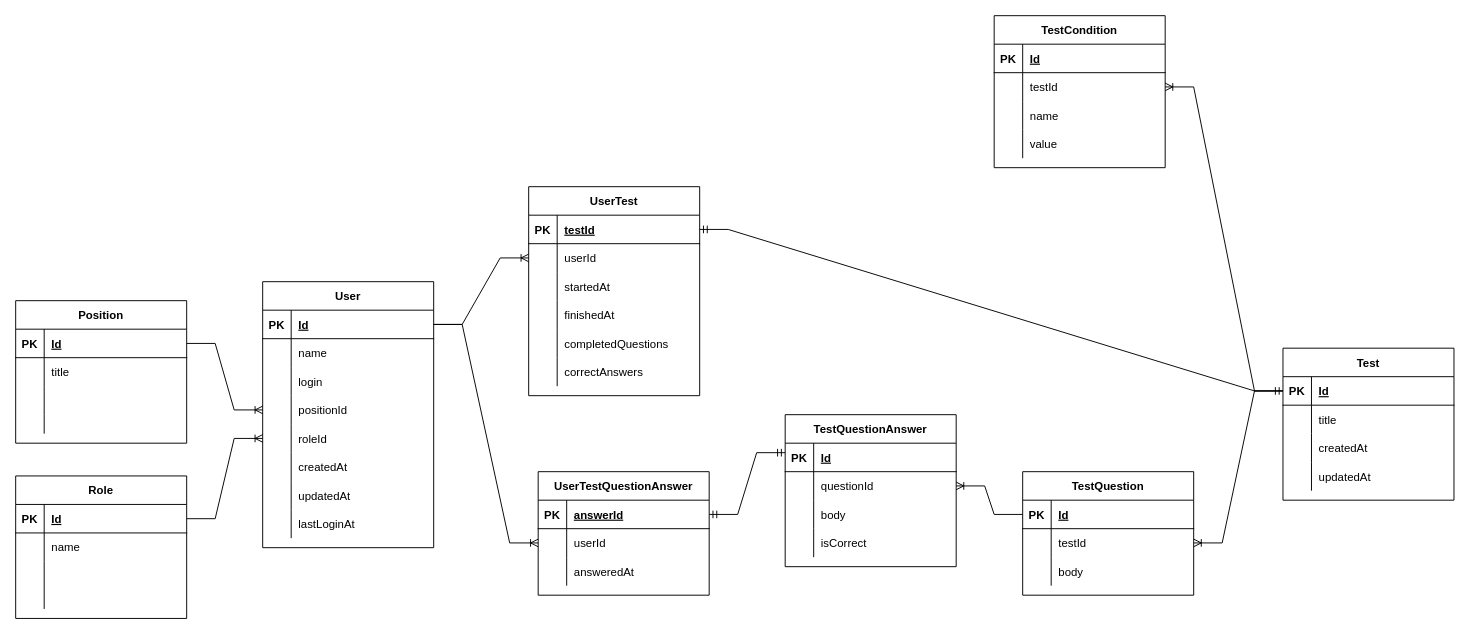
aleksey-pavlov/employee-testing-app keeps this draw.io diagram as docs/database-scheme.drawio. Above is the earlier version. Source tidied: cells renumbered, new cells numbered last; positions are measured from the earlier drawing's top-left corner, leaving out a move shared by most shapes. Both pictures are drawn from the tidied source at 95%, with x=0, y=0 at pixel (15, 15).
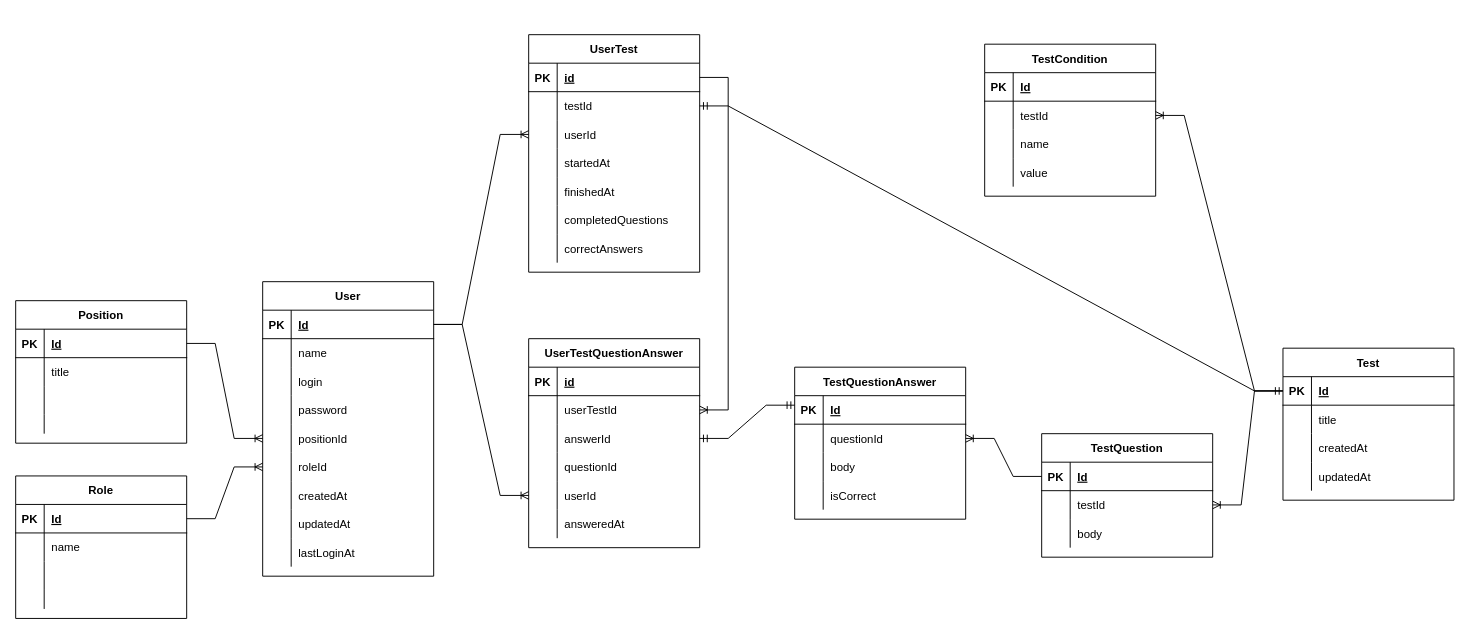
The same diagram, later.

The change refers to these unchanged cells:
```xml
<mxCell id="56" style="shape=tableRow;horizontal=0;startSize=0;swimlaneHead=0;swimlaneBody=0;fillColor=none;points=[[0,0.5],[1,0.5]];portConstraint=eastwest;top=0;left=0;right=0;bottom=1;" parent="55" vertex="1">
  <mxGeometry y="30" width="180" height="30" as="geometry" />
</mxCell>
<mxCell id="108" style="shape=tableRow;horizontal=0;startSize=0;swimlaneHead=0;swimlaneBody=0;fillColor=none;points=[[0,0.5],[1,0.5]];portConstraint=eastwest;top=0;left=0;right=0;bottom=1;" parent="107" vertex="1">
  <mxGeometry y="30" width="180" height="30" as="geometry" />
</mxCell>
<mxCell id="128" style="shape=tableRow;horizontal=0;startSize=0;swimlaneHead=0;swimlaneBody=0;fillColor=none;points=[[0,0.5],[1,0.5]];portConstraint=eastwest;top=0;left=0;right=0;bottom=1;" parent="127" vertex="1">
  <mxGeometry y="30" width="180" height="30" as="geometry" />
</mxCell>
```

The edit, as a diff of the source:
```diff
@@
     <mxCell id="28" value="User" style="shape=table;startSize=30;childLayout=tableLayout;rowLines=0;fontStyle=1;align=center;" parent="1" vertex="1">
-      <mxGeometry x="260" y="280" width="180" height="280" as="geometry" />
+      <mxGeometry x="260" y="280" width="180" height="310" as="geometry" />
     </mxCell>
@@
+    <mxCell id="140" style="shape=tableRow;horizontal=0;startSize=0;swimlaneHead=0;swimlaneBody=0;fillColor=none;top=0;left=0;right=0;bottom=0;" parent="28" vertex="1">
+      <mxGeometry y="120" width="180" height="30" as="geometry" />
+    </mxCell>
+    <mxCell id="141" style="shape=partialRectangle;fillColor=none;top=0;left=0;bottom=0;right=0;overflow=hidden;" parent="140" vertex="1">
+      <mxGeometry width="30" height="30" as="geometry" />
+    </mxCell>
+    <mxCell id="142" value="password" style="shape=partialRectangle;fillColor=none;top=0;left=0;bottom=0;right=0;align=left;spacingLeft=6;overflow=hidden;" parent="140" vertex="1">
+      <mxGeometry x="30" width="150" height="30" as="geometry" />
+    </mxCell>
     <mxCell id="38" style="shape=tableRow;horizontal=0;startSize=0;swimlaneHead=0;swimlaneBody=0;fillColor=none;points=[[0,0.5],[1,0.5]];portConstraint=eastwest;top=0;left=0;right=0;bottom=0;" parent="28" vertex="1">
-      <mxGeometry y="120" width="180" height="30" as="geometry" />
+      <mxGeometry y="150" width="180" height="30" as="geometry" />
     </mxCell>
@@
     <mxCell id="41" style="shape=tableRow;horizontal=0;startSize=0;swimlaneHead=0;swimlaneBody=0;fillColor=none;points=[[0,0.5],[1,0.5]];portConstraint=eastwest;top=0;left=0;right=0;bottom=0;" parent="28" vertex="1">
-      <mxGeometry y="150" width="180" height="30" as="geometry" />
+      <mxGeometry y="180" width="180" height="30" as="geometry" />
     </mxCell>
@@
     <mxCell id="44" style="shape=tableRow;horizontal=0;startSize=0;swimlaneHead=0;swimlaneBody=0;fillColor=none;top=0;left=0;right=0;bottom=0;" parent="28" vertex="1">
-      <mxGeometry y="180" width="180" height="30" as="geometry" />
+      <mxGeometry y="210" width="180" height="30" as="geometry" />
     </mxCell>
@@
     <mxCell id="47" style="shape=tableRow;horizontal=0;startSize=0;swimlaneHead=0;swimlaneBody=0;fillColor=none;top=0;left=0;right=0;bottom=0;" parent="28" vertex="1">
-      <mxGeometry y="210" width="180" height="30" as="geometry" />
+      <mxGeometry y="240" width="180" height="30" as="geometry" />
     </mxCell>
@@
     <mxCell id="50" style="shape=tableRow;horizontal=0;startSize=0;swimlaneHead=0;swimlaneBody=0;fillColor=none;top=0;left=0;right=0;bottom=0;" parent="28" vertex="1">
-      <mxGeometry y="240" width="180" height="30" as="geometry" />
+      <mxGeometry y="270" width="180" height="30" as="geometry" />
     </mxCell>
@@
     <mxCell id="68" value="TestQuestion" style="shape=table;startSize=30;childLayout=tableLayout;rowLines=0;fontStyle=1;align=center;" parent="1" vertex="1">
-      <mxGeometry x="1060" y="480" width="180" height="130" as="geometry" />
+      <mxGeometry x="1080" y="440" width="180" height="130" as="geometry" />
     </mxCell>
@@
     <mxCell id="78" value="TestQuestionAnswer" style="shape=table;startSize=30;childLayout=tableLayout;rowLines=0;fontStyle=1;align=center;" parent="1" vertex="1">
-      <mxGeometry x="810" y="420" width="180" height="160" as="geometry" />
+      <mxGeometry x="820" y="370" width="180" height="160" as="geometry" />
     </mxCell>
@@
     <mxCell id="93" value="TestCondition" style="shape=table;startSize=30;childLayout=tableLayout;rowLines=0;fontStyle=1;align=center;" parent="1" vertex="1">
-      <mxGeometry x="1030" width="180" height="160" as="geometry" />
+      <mxGeometry x="1020" y="30" width="180" height="160" as="geometry" />
     </mxCell>
@@
     <mxCell id="107" value="UserTest" style="shape=table;startSize=30;childLayout=tableLayout;rowLines=0;fontStyle=1;align=center;" parent="1" vertex="1">
-      <mxGeometry x="540" y="180" width="180" height="220" as="geometry" />
+      <mxGeometry x="540" y="20" width="180" height="250" as="geometry" />
     </mxCell>
@@
-    <mxCell id="110" value="testId" style="shape=partialRectangle;fillColor=none;top=0;left=0;bottom=0;right=0;align=left;spacingLeft=6;fontStyle=5;overflow=hidden;" parent="108" vertex="1">
+    <mxCell id="110" value="id" style="shape=partialRectangle;fillColor=none;top=0;left=0;bottom=0;right=0;align=left;spacingLeft=6;fontStyle=5;overflow=hidden;" parent="108" vertex="1">
       <mxGeometry x="30" width="150" height="30" as="geometry" />
     </mxCell>
+    <mxCell id="143" style="shape=tableRow;horizontal=0;startSize=0;swimlaneHead=0;swimlaneBody=0;fillColor=none;points=[[0,0.5],[1,0.5]];portConstraint=eastwest;top=0;left=0;right=0;bottom=0;" parent="107" vertex="1">
+      <mxGeometry y="60" width="180" height="30" as="geometry" />
+    </mxCell>
+    <mxCell id="144" style="shape=partialRectangle;fillColor=none;top=0;left=0;bottom=0;right=0;overflow=hidden;" parent="143" vertex="1">
+      <mxGeometry width="30" height="30" as="geometry" />
+    </mxCell>
+    <mxCell id="145" value="testId" style="shape=partialRectangle;fillColor=none;top=0;left=0;bottom=0;right=0;align=left;spacingLeft=6;overflow=hidden;" parent="143" vertex="1">
+      <mxGeometry x="30" width="150" height="30" as="geometry" />
+    </mxCell>
     <mxCell id="111" style="shape=tableRow;horizontal=0;startSize=0;swimlaneHead=0;swimlaneBody=0;fillColor=none;points=[[0,0.5],[1,0.5]];portConstraint=eastwest;top=0;left=0;right=0;bottom=0;" parent="107" vertex="1">
-      <mxGeometry y="60" width="180" height="30" as="geometry" />
+      <mxGeometry y="90" width="180" height="30" as="geometry" />
     </mxCell>
@@
     <mxCell id="114" style="shape=tableRow;horizontal=0;startSize=0;swimlaneHead=0;swimlaneBody=0;fillColor=none;top=0;left=0;right=0;bottom=0;" parent="107" vertex="1">
-      <mxGeometry y="90" width="180" height="30" as="geometry" />
+      <mxGeometry y="120" width="180" height="30" as="geometry" />
     </mxCell>
@@
     <mxCell id="117" style="shape=tableRow;horizontal=0;startSize=0;swimlaneHead=0;swimlaneBody=0;fillColor=none;top=0;left=0;right=0;bottom=0;" parent="107" vertex="1">
-      <mxGeometry y="120" width="180" height="30" as="geometry" />
+      <mxGeometry y="150" width="180" height="30" as="geometry" />
     </mxCell>
@@
     <mxCell id="120" style="shape=tableRow;horizontal=0;startSize=0;swimlaneHead=0;swimlaneBody=0;fillColor=none;top=0;left=0;right=0;bottom=0;" parent="107" vertex="1">
-      <mxGeometry y="150" width="180" height="30" as="geometry" />
+      <mxGeometry y="180" width="180" height="30" as="geometry" />
     </mxCell>
@@
     <mxCell id="123" style="shape=tableRow;horizontal=0;startSize=0;swimlaneHead=0;swimlaneBody=0;fillColor=none;top=0;left=0;right=0;bottom=0;" parent="107" vertex="1">
-      <mxGeometry y="180" width="180" height="30" as="geometry" />
+      <mxGeometry y="210" width="180" height="30" as="geometry" />
     </mxCell>
@@
     <mxCell id="127" value="UserTestQuestionAnswer" style="shape=table;startSize=30;childLayout=tableLayout;rowLines=0;fontStyle=1;align=center;" parent="1" vertex="1">
-      <mxGeometry x="550" y="480" width="180" height="130" as="geometry" />
+      <mxGeometry x="540" y="340" width="180" height="220" as="geometry" />
     </mxCell>
@@
-    <mxCell id="130" value="answerId" style="shape=partialRectangle;fillColor=none;top=0;left=0;bottom=0;right=0;align=left;spacingLeft=6;fontStyle=5;overflow=hidden;" parent="128" vertex="1">
+    <mxCell id="130" value="id" style="shape=partialRectangle;fillColor=none;top=0;left=0;bottom=0;right=0;align=left;spacingLeft=6;fontStyle=5;overflow=hidden;" parent="128" vertex="1">
       <mxGeometry x="30" width="150" height="30" as="geometry" />
     </mxCell>
+    <mxCell id="146" style="shape=tableRow;horizontal=0;startSize=0;swimlaneHead=0;swimlaneBody=0;fillColor=none;points=[[0,0.5],[1,0.5]];portConstraint=eastwest;top=0;left=0;right=0;bottom=0;" parent="127" vertex="1">
+      <mxGeometry y="60" width="180" height="30" as="geometry" />
+    </mxCell>
+    <mxCell id="147" style="shape=partialRectangle;fillColor=none;top=0;left=0;bottom=0;right=0;overflow=hidden;" parent="146" vertex="1">
+      <mxGeometry width="30" height="30" as="geometry" />
+    </mxCell>
+    <mxCell id="148" value="userTestId" style="shape=partialRectangle;fillColor=none;top=0;left=0;bottom=0;right=0;align=left;spacingLeft=6;overflow=hidden;" parent="146" vertex="1">
+      <mxGeometry x="30" width="150" height="30" as="geometry" />
+    </mxCell>
+    <mxCell id="149" style="shape=tableRow;horizontal=0;startSize=0;swimlaneHead=0;swimlaneBody=0;fillColor=none;points=[[0,0.5],[1,0.5]];portConstraint=eastwest;top=0;left=0;right=0;bottom=0;" parent="127" vertex="1">
+      <mxGeometry y="90" width="180" height="30" as="geometry" />
+    </mxCell>
+    <mxCell id="150" style="shape=partialRectangle;fillColor=none;top=0;left=0;bottom=0;right=0;overflow=hidden;" parent="149" vertex="1">
+      <mxGeometry width="30" height="30" as="geometry" />
+    </mxCell>
+    <mxCell id="151" value="answerId" style="shape=partialRectangle;fillColor=none;top=0;left=0;bottom=0;right=0;align=left;spacingLeft=6;overflow=hidden;" parent="149" vertex="1">
+      <mxGeometry x="30" width="150" height="30" as="geometry" />
+    </mxCell>
+    <mxCell id="152" style="shape=tableRow;horizontal=0;startSize=0;swimlaneHead=0;swimlaneBody=0;fillColor=none;top=0;left=0;right=0;bottom=0;" parent="127" vertex="1">
+      <mxGeometry y="120" width="180" height="30" as="geometry" />
+    </mxCell>
+    <mxCell id="153" style="shape=partialRectangle;fillColor=none;top=0;left=0;bottom=0;right=0;overflow=hidden;" parent="152" vertex="1">
+      <mxGeometry width="30" height="30" as="geometry" />
+    </mxCell>
+    <mxCell id="154" value="questionId" style="shape=partialRectangle;fillColor=none;top=0;left=0;bottom=0;right=0;align=left;spacingLeft=6;overflow=hidden;" parent="152" vertex="1">
+      <mxGeometry x="30" width="150" height="30" as="geometry" />
+    </mxCell>
     <mxCell id="131" style="shape=tableRow;horizontal=0;startSize=0;swimlaneHead=0;swimlaneBody=0;fillColor=none;points=[[0,0.5],[1,0.5]];portConstraint=eastwest;top=0;left=0;right=0;bottom=0;" parent="127" vertex="1">
-      <mxGeometry y="60" width="180" height="30" as="geometry" />
+      <mxGeometry y="150" width="180" height="30" as="geometry" />
     </mxCell>
@@
     <mxCell id="134" style="shape=tableRow;horizontal=0;startSize=0;swimlaneHead=0;swimlaneBody=0;fillColor=none;top=0;left=0;right=0;bottom=0;" parent="127" vertex="1">
-      <mxGeometry y="90" width="180" height="30" as="geometry" />
+      <mxGeometry y="180" width="180" height="30" as="geometry" />
     </mxCell>
@@
-    <mxCell id="137" style="edgeStyle=entityRelationEdgeStyle;fontSize=12;html=1;endArrow=ERmandOne;startArrow=ERmandOne;rounded=0;entryX=0;entryY=0.25;entryDx=0;entryDy=0;exitX=1;exitY=0.5;exitDx=0;exitDy=0;" parent="1" edge="1" source="128" target="78">
+    <mxCell id="137" style="edgeStyle=entityRelationEdgeStyle;fontSize=12;html=1;endArrow=ERmandOne;startArrow=ERmandOne;rounded=0;entryX=0;entryY=0.25;entryDx=0;entryDy=0;exitX=1;exitY=0.5;exitDx=0;exitDy=0;" parent="1" edge="1" source="149" target="78">
       <mxGeometry relative="1" as="geometry" />
     </mxCell>
@@
-    <mxCell id="139" style="edgeStyle=entityRelationEdgeStyle;fontSize=12;html=1;endArrow=ERmandOne;startArrow=ERmandOne;rounded=0;entryX=0;entryY=0.5;entryDx=0;entryDy=0;exitX=1;exitY=0.5;exitDx=0;exitDy=0;" parent="1" edge="1" source="108" target="56">
+    <mxCell id="139" style="edgeStyle=entityRelationEdgeStyle;fontSize=12;html=1;endArrow=ERmandOne;startArrow=ERmandOne;rounded=0;entryX=0;entryY=0.5;entryDx=0;entryDy=0;exitX=1;exitY=0.5;exitDx=0;exitDy=0;" parent="1" edge="1" source="143" target="56">
       <mxGeometry relative="1" as="geometry" />
     </mxCell>
+    <mxCell id="155" style="edgeStyle=entityRelationEdgeStyle;fontSize=12;html=1;endArrow=ERoneToMany;rounded=0;exitX=1;exitY=0.5;exitDx=0;exitDy=0;entryX=1;entryY=0.5;entryDx=0;entryDy=0;" parent="1" edge="1" source="108" target="146">
+      <mxGeometry relative="1" as="geometry" />
+    </mxCell>
```
